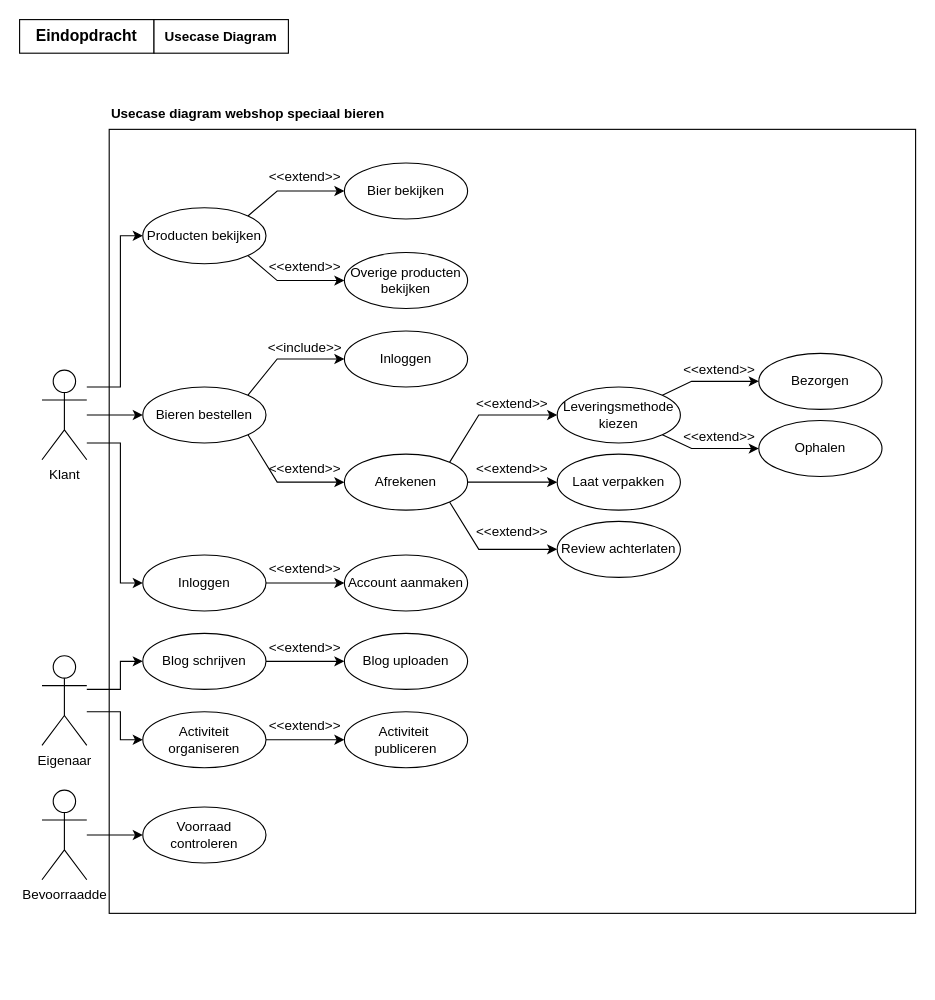
EMB20/Procesanalyse keeps this draw.io diagram as page "Usecase_diagram" (2 of 5) of ProcesanalyseEindopdracht.drawio. Above is the earlier version. Source tidied: cells renumbered, new cells numbered last; positions are measured from the earlier drawing's top-left corner, leaving out a move shared by most shapes. Both pictures are drawn from the tidied source at 112%, with x=0, y=0 at pixel (19, 19).
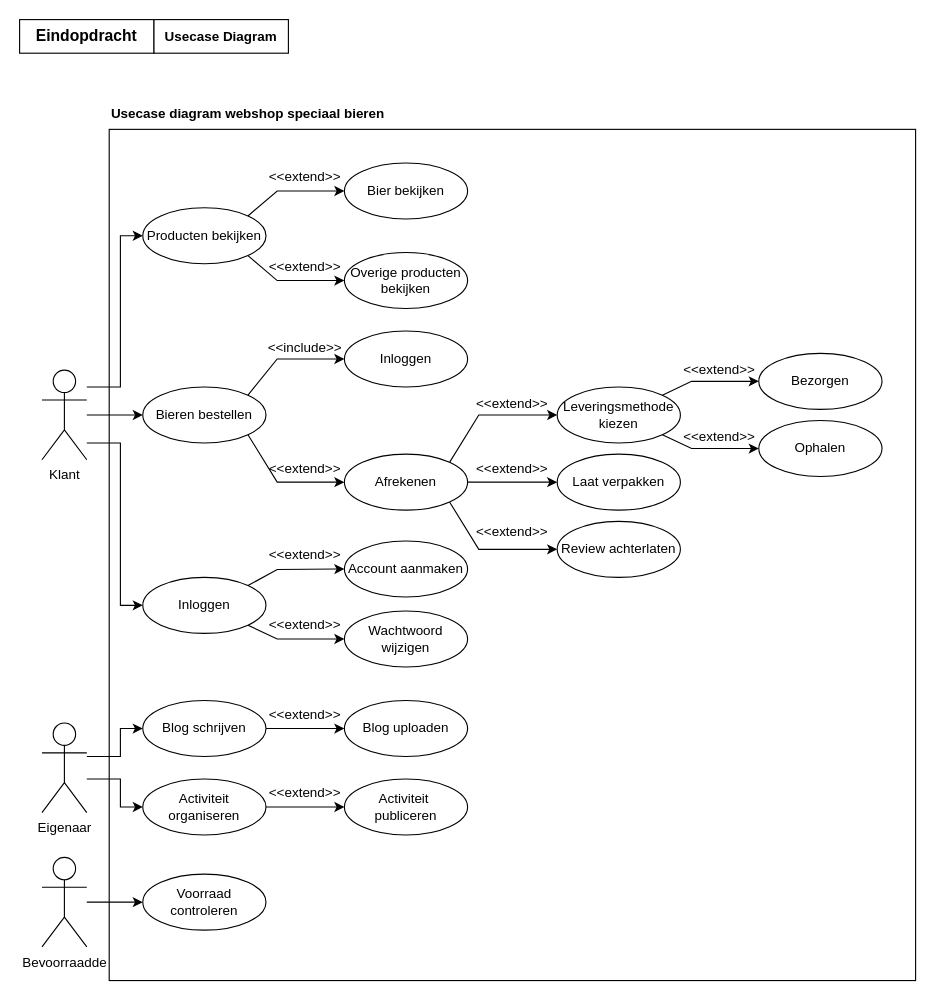
After the change.

Unchanged cells that the change refers to:
```xml
<mxCell id="7" value="Klant" style="shape=umlActor;verticalLabelPosition=bottom;verticalAlign=top;html=1;outlineConnect=0;" parent="1" vertex="1">
  <mxGeometry x="20" y="313" width="40" height="80" as="geometry" />
</mxCell>
```

Change to the diagram source:
```diff
@@
     <mxCell id="2" style="rounded=0;whiteSpace=wrap;html=1;" parent="1" vertex="1">
-      <mxGeometry x="80" y="98" width="720" height="700" as="geometry" />
+      <mxGeometry x="80" y="98" width="720" height="760" as="geometry" />
     </mxCell>
@@
     <mxCell id="6" style="edgeStyle=orthogonalEdgeStyle;rounded=0;jettySize=auto;html=1;entryX=0;entryY=0.5;entryDx=0;entryDy=0;" parent="1" edge="1" source="7" target="37">
       <mxGeometry relative="1" as="geometry">
         <Array as="points">
           <mxPoint x="90" y="378" />
-          <mxPoint x="90" y="503" />
+          <mxPoint x="90" y="523" />
         </Array>
       </mxGeometry>
     </mxCell>
@@
-    <mxCell id="36" style="edgeStyle=orthogonalEdgeStyle;rounded=0;jettySize=auto;html=1;exitX=1;exitY=0.5;exitDx=0;exitDy=0;entryX=0;entryY=0.5;entryDx=0;entryDy=0;" parent="1" edge="1" source="37" target="38">
-      <mxGeometry relative="1" as="geometry" />
+    <mxCell id="36" style="rounded=0;jettySize=auto;html=1;exitX=1;exitY=0;exitDx=0;exitDy=0;entryX=0;entryY=0.5;entryDx=0;entryDy=0;" parent="1" edge="1" source="37" target="38">
+      <mxGeometry relative="1" as="geometry">
+        <Array as="points">
+          <mxPoint x="230" y="491" />
+        </Array>
+      </mxGeometry>
     </mxCell>
+    <mxCell id="57" style="rounded=0;jettySize=auto;html=1;exitX=1;exitY=1;exitDx=0;exitDy=0;entryX=0;entryY=0.5;entryDx=0;entryDy=0;" parent="1" edge="1" source="37" target="58">
+      <mxGeometry relative="1" as="geometry">
+        <Array as="points">
+          <mxPoint x="230" y="553" />
+        </Array>
+      </mxGeometry>
+    </mxCell>
     <mxCell id="37" value="Inloggen" style="ellipse;whiteSpace=wrap;html=1;" parent="1" vertex="1">
-      <mxGeometry x="110" y="478" width="110" height="50" as="geometry" />
+      <mxGeometry x="110" y="498" width="110" height="50" as="geometry" />
     </mxCell>
     <mxCell id="38" value="Account aanmaken" style="ellipse;whiteSpace=wrap;html=1;" parent="1" vertex="1">
-      <mxGeometry x="290" y="478" width="110" height="50" as="geometry" />
+      <mxGeometry x="290" y="465.5" width="110" height="50" as="geometry" />
     </mxCell>
     <mxCell id="39" value="&amp;lt;&amp;lt;extend&amp;gt;&amp;gt;" style="text;html=1;align=center;verticalAlign=middle;whiteSpace=wrap;rounded=0;" parent="1" vertex="1">
-      <mxGeometry x="230" y="478" width="50" height="25" as="geometry" />
+      <mxGeometry x="230" y="465.5" width="50" height="25" as="geometry" />
     </mxCell>
     <mxCell id="40" style="edgeStyle=orthogonalEdgeStyle;rounded=0;jettySize=auto;html=1;entryX=0;entryY=0.5;entryDx=0;entryDy=0;" parent="1" edge="1" source="42" target="46">
       <mxGeometry relative="1" as="geometry">
         <Array as="points">
-          <mxPoint x="90" y="598" />
-          <mxPoint x="90" y="573" />
+          <mxPoint x="90" y="658" />
+          <mxPoint x="90" y="633" />
         </Array>
       </mxGeometry>
     </mxCell>
     <mxCell id="41" style="edgeStyle=orthogonalEdgeStyle;rounded=0;jettySize=auto;html=1;entryX=0;entryY=0.5;entryDx=0;entryDy=0;" parent="1" edge="1" source="42" target="49">
       <mxGeometry relative="1" as="geometry">
         <Array as="points">
-          <mxPoint x="90" y="618" />
-          <mxPoint x="90" y="643" />
+          <mxPoint x="90" y="678" />
+          <mxPoint x="90" y="703" />
         </Array>
       </mxGeometry>
     </mxCell>
     <mxCell id="42" value="Eigenaar" style="shape=umlActor;verticalLabelPosition=bottom;verticalAlign=top;html=1;outlineConnect=0;" parent="1" vertex="1">
-      <mxGeometry x="20" y="568" width="40" height="80" as="geometry" />
+      <mxGeometry x="20" y="628" width="40" height="80" as="geometry" />
     </mxCell>
@@
     <mxCell id="44" value="Bevoorraadde" style="shape=umlActor;verticalLabelPosition=bottom;verticalAlign=top;html=1;outlineConnect=0;" parent="1" vertex="1">
-      <mxGeometry x="20" y="688" width="40" height="80" as="geometry" />
+      <mxGeometry x="20" y="748" width="40" height="80" as="geometry" />
     </mxCell>
@@
     <mxCell id="46" value="Blog schrijven" style="ellipse;whiteSpace=wrap;html=1;" parent="1" vertex="1">
-      <mxGeometry x="110" y="548" width="110" height="50" as="geometry" />
+      <mxGeometry x="110" y="608" width="110" height="50" as="geometry" />
     </mxCell>
     <mxCell id="47" value="Blog uploaden" style="ellipse;whiteSpace=wrap;html=1;" parent="1" vertex="1">
-      <mxGeometry x="290" y="548" width="110" height="50" as="geometry" />
+      <mxGeometry x="290" y="608" width="110" height="50" as="geometry" />
     </mxCell>
@@
     <mxCell id="49" value="Activiteit organiseren" style="ellipse;whiteSpace=wrap;html=1;" parent="1" vertex="1">
-      <mxGeometry x="110" y="618" width="110" height="50" as="geometry" />
+      <mxGeometry x="110" y="678" width="110" height="50" as="geometry" />
     </mxCell>
     <mxCell id="50" value="Voorraad controleren" style="ellipse;whiteSpace=wrap;html=1;" parent="1" vertex="1">
-      <mxGeometry x="110" y="703" width="110" height="50" as="geometry" />
+      <mxGeometry x="110" y="763" width="110" height="50" as="geometry" />
     </mxCell>
     <mxCell id="51" value="&amp;lt;&amp;lt;extend&amp;gt;&amp;gt;" style="text;html=1;align=center;verticalAlign=middle;whiteSpace=wrap;rounded=0;" parent="1" vertex="1">
-      <mxGeometry x="230" y="548" width="50" height="25" as="geometry" />
+      <mxGeometry x="230" y="608" width="50" height="25" as="geometry" />
     </mxCell>
@@
     <mxCell id="55" value="Activiteit&amp;nbsp;&lt;div&gt;publiceren&lt;/div&gt;" style="ellipse;whiteSpace=wrap;html=1;" parent="1" vertex="1">
-      <mxGeometry x="290" y="618" width="110" height="50" as="geometry" />
+      <mxGeometry x="290" y="678" width="110" height="50" as="geometry" />
     </mxCell>
     <mxCell id="56" value="&amp;lt;&amp;lt;extend&amp;gt;&amp;gt;" style="text;html=1;align=center;verticalAlign=middle;whiteSpace=wrap;rounded=0;" parent="1" vertex="1">
-      <mxGeometry x="230" y="618" width="50" height="25" as="geometry" />
+      <mxGeometry x="230" y="678" width="50" height="25" as="geometry" />
     </mxCell>
+    <mxCell id="58" value="Wachtwoord&lt;div&gt;wijzigen&lt;/div&gt;" style="ellipse;whiteSpace=wrap;html=1;" parent="1" vertex="1">
+      <mxGeometry x="290" y="528" width="110" height="50" as="geometry" />
+    </mxCell>
+    <mxCell id="59" value="&amp;lt;&amp;lt;extend&amp;gt;&amp;gt;" style="text;html=1;align=center;verticalAlign=middle;whiteSpace=wrap;rounded=0;" parent="1" vertex="1">
+      <mxGeometry x="230" y="528" width="50" height="25" as="geometry" />
+    </mxCell>
```
